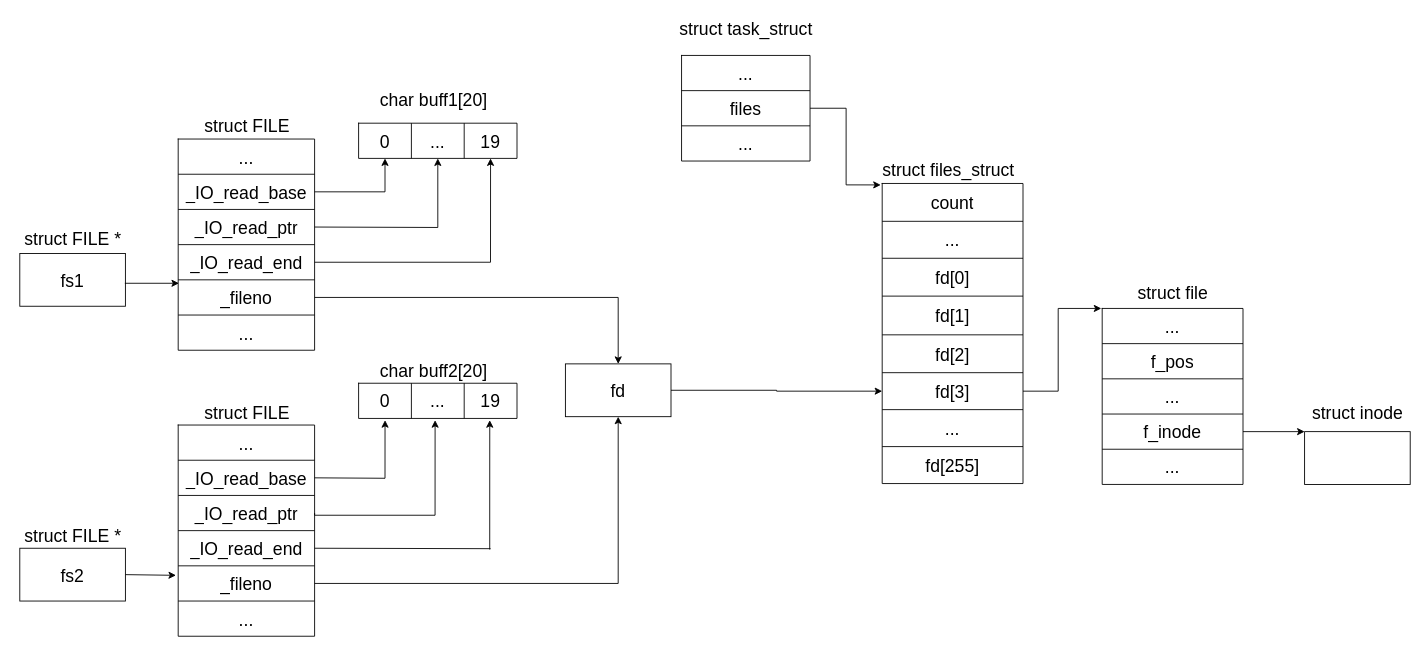
This is page "Page-1" (1 of 3) of lab_05/docs/lab_05.drawio from alena-zayts/BMSTU_6sem_operating_systems, a draw.io file, before an edit. Source tidied: cells renumbered, new cells numbered last; positions are measured from the earlier drawing's top-left corner, leaving out a move shared by most shapes. Both pictures are drawn from the tidied source at 88%, with x=0, y=0 at pixel (15, 15).
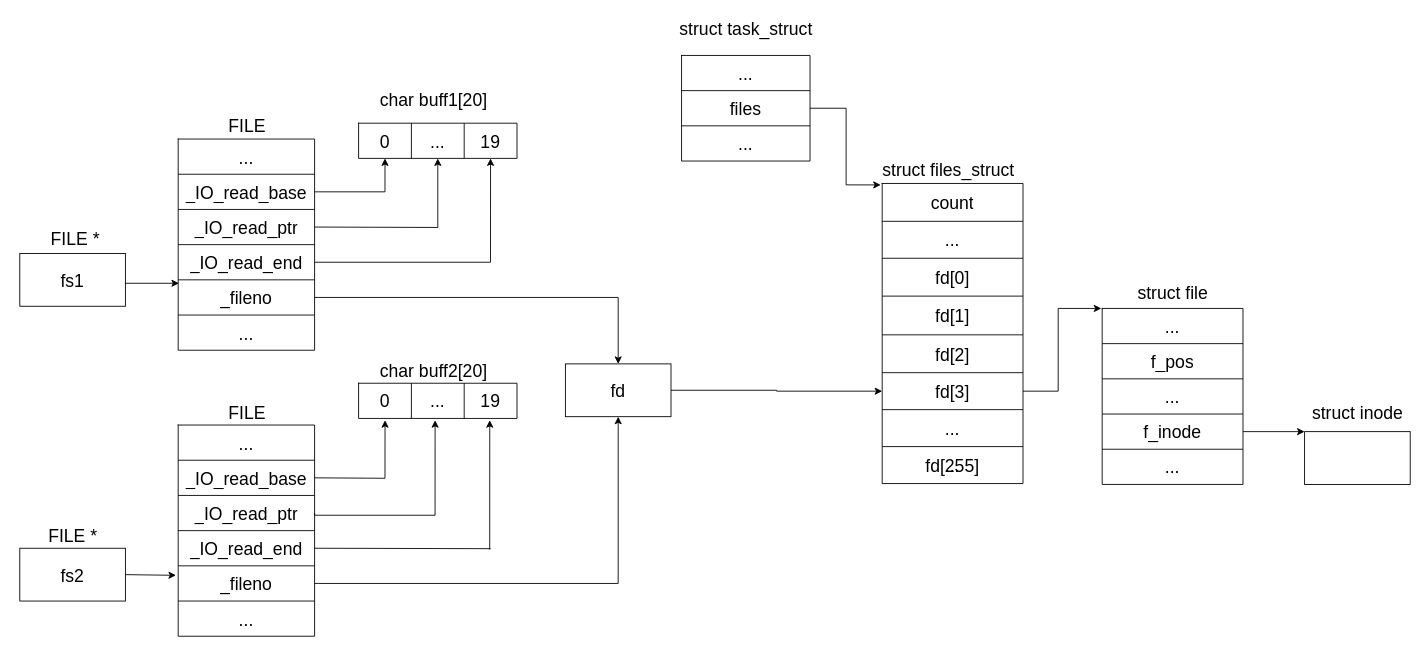
The same page after the edit.

What changed in the source:
```diff
@@
-    <mxCell id="43" value="struct FILE" style="text;html=1;align=center;verticalAlign=middle;strokeColor=none;fontSize=20;" parent="1" vertex="1">
-      <mxGeometry x="207.5" y="435.5" width="110" height="30" as="geometry" />
+    <mxCell id="43" value="FILE" style="text;html=1;align=center;verticalAlign=middle;strokeColor=none;fontSize=20;" parent="1" vertex="1">
+      <mxGeometry x="232.5" y="435.5" width="60" height="30" as="geometry" />
     </mxCell>
-    <mxCell id="44" value="struct FILE" style="text;html=1;align=center;verticalAlign=middle;strokeColor=none;fontSize=20;" parent="1" vertex="1">
-      <mxGeometry x="207.5" y="110" width="110" height="30" as="geometry" />
+    <mxCell id="44" value="FILE" style="text;html=1;align=center;verticalAlign=middle;strokeColor=none;fontSize=20;" parent="1" vertex="1">
+      <mxGeometry x="232.5" y="110" width="60" height="30" as="geometry" />
     </mxCell>
-    <mxCell id="45" value="struct FILE *" style="text;html=1;align=center;verticalAlign=middle;strokeColor=none;fontSize=20;" parent="1" vertex="1">
-      <mxGeometry y="238" width="130" height="30" as="geometry" />
+    <mxCell id="45" value="&amp;nbsp;FILE *" style="text;html=1;align=center;verticalAlign=middle;strokeColor=none;fontSize=20;" parent="1" vertex="1">
+      <mxGeometry x="25" y="238" width="80" height="30" as="geometry" />
     </mxCell>
-    <mxCell id="46" value="struct FILE *" style="text;html=1;align=center;verticalAlign=middle;strokeColor=none;fontSize=20;" parent="1" vertex="1">
-      <mxGeometry y="575.5" width="130" height="30" as="geometry" />
+    <mxCell id="46" value="FILE *" style="text;html=1;align=center;verticalAlign=middle;strokeColor=none;fontSize=20;" parent="1" vertex="1">
+      <mxGeometry x="30" y="575.5" width="70" height="30" as="geometry" />
     </mxCell>
```
